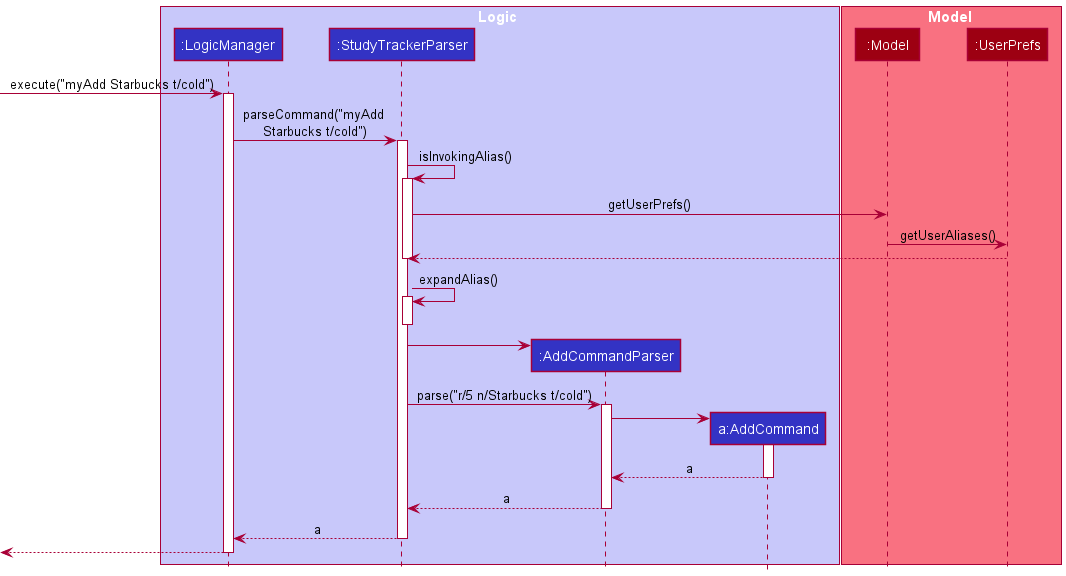
ruoyann/tp keeps this PlantUML diagram as docs/images/AliasSequenceDiagram.png. Above is the earlier version.
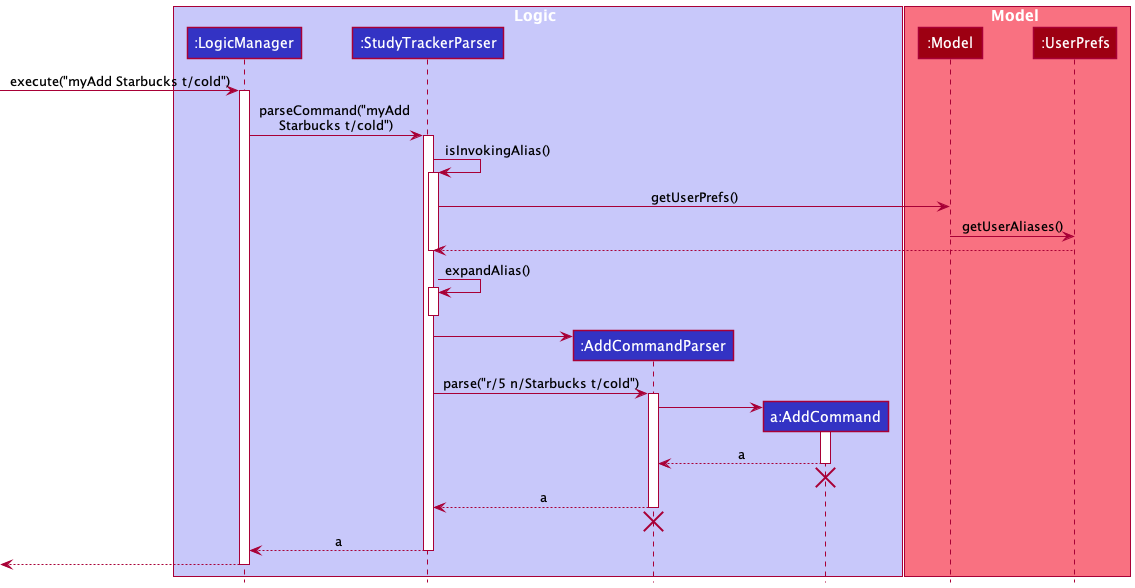
After the commit.

Change to the diagram source:
```diff
@@ -41,9 +41,13 @@
 activate AddCommand
 AddCommand --> AddCommandParser : a
 deactivate AddCommand
+AddCommand -[hidden]-> StudyTrackerParser
+destroy AddCommand
 
 AddCommandParser --> StudyTrackerParser : a
 deactivate AddCommandParser
+AddCommandParser -[hidden]-> StudyTrackerParser
+destroy AddCommandParser
 
 StudyTrackerParser --> LogicManager : a
 deactivate StudyTrackerParser
```
